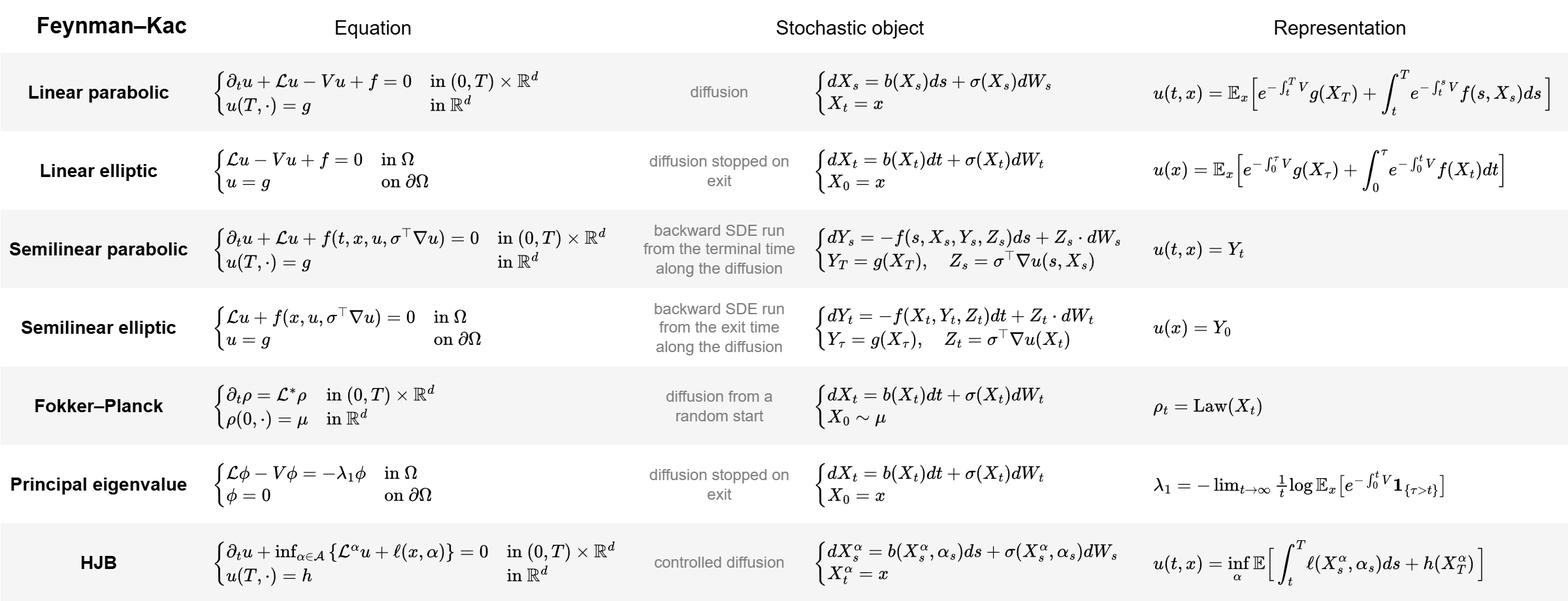
This is content/posts/feynman-kac/feynman_kac-feynman-kac.png from dani2442/dani2442.github.io, a draw.io export, as it was before one commit. Source tidied: cells renumbered, new cells last; positions are measured from the earlier drawing's top-left corner, leaving out a move shared by most shapes.
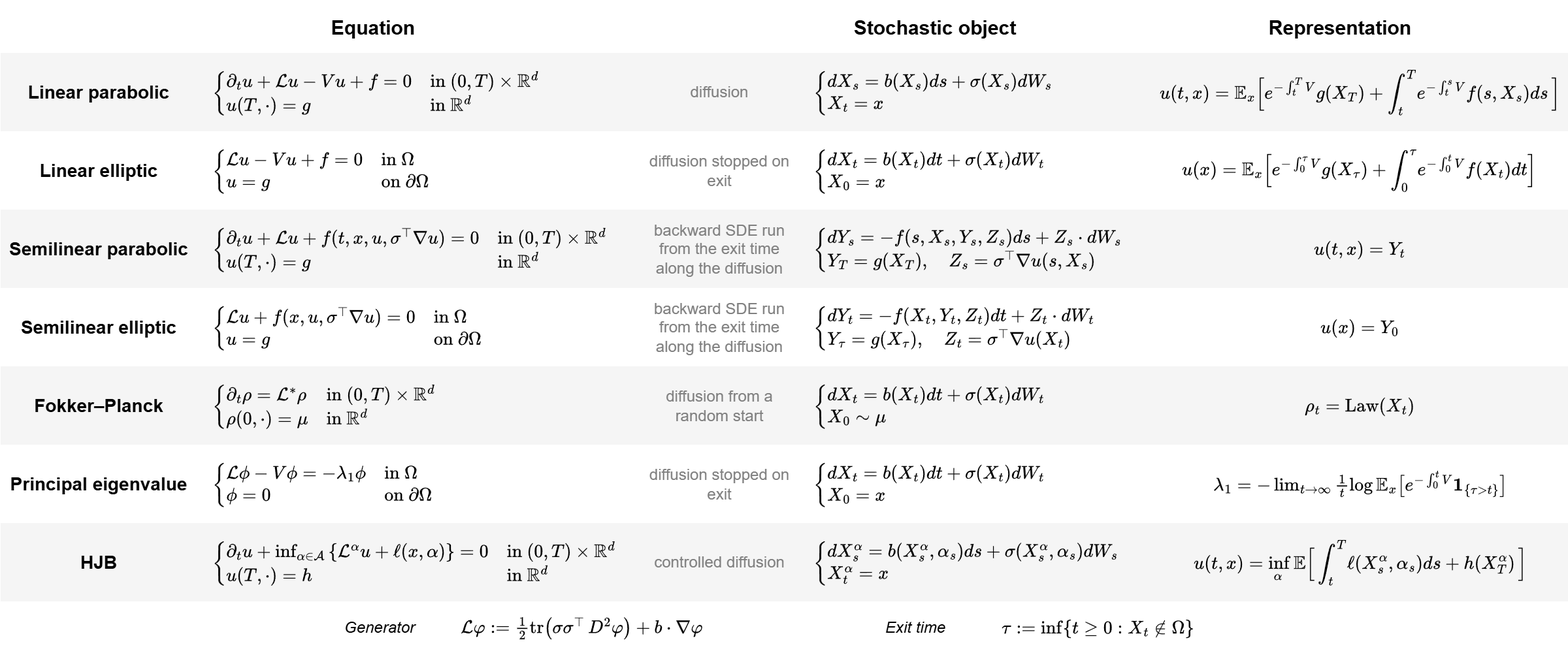
Above is the later version.

What changed in the source:
```diff
@@ -26,16 +26,16 @@
     <mxCell id="9" style="rounded=0;whiteSpace=wrap;html=1;fillColor=#f5f5f5;strokeColor=none;fontColor=#333333;" parent="1" vertex="1">
       <mxGeometry y="400" width="1200" height="60" as="geometry" />
     </mxCell>
-    <mxCell id="10" value="Feynman–Kac" style="text;html=1;align=center;verticalAlign=middle;whiteSpace=wrap;rounded=0;fontSize=17;fontStyle=1;" parent="1" vertex="1">
-      <mxGeometry width="170" height="40" as="geometry" />
+    <mxCell id="10" value="Feynman–Kac Theorem" style="text;html=1;align=center;verticalAlign=middle;whiteSpace=wrap;rounded=0;fontSize=30;fontStyle=1;" parent="1" vertex="1">
+      <mxGeometry x="150" y="-60" width="350" height="40" as="geometry" />
     </mxCell>
-    <mxCell id="11" value="Equation" style="text;html=1;align=center;verticalAlign=middle;whiteSpace=wrap;rounded=0;fontSize=15;" parent="1" vertex="1">
+    <mxCell id="11" value="Equation" style="text;html=1;align=center;verticalAlign=middle;whiteSpace=wrap;rounded=0;fontSize=15;fontStyle=1;" parent="1" vertex="1">
       <mxGeometry x="170" width="230" height="40" as="geometry" />
     </mxCell>
-    <mxCell id="12" value="Stochastic object" style="text;html=1;align=center;verticalAlign=middle;whiteSpace=wrap;rounded=0;fontSize=15;" parent="1" vertex="1">
-      <mxGeometry x="510" width="280" height="40" as="geometry" />
+    <mxCell id="12" value="Stochastic object" style="text;html=1;align=center;verticalAlign=middle;whiteSpace=wrap;rounded=0;fontSize=15;fontStyle=1;" parent="1" vertex="1">
+      <mxGeometry x="640" width="150" height="40" as="geometry" />
     </mxCell>
-    <mxCell id="13" value="Representation" style="text;html=1;align=center;verticalAlign=middle;whiteSpace=wrap;rounded=0;fontSize=15;" parent="1" vertex="1">
+    <mxCell id="13" value="Representation" style="text;html=1;align=center;verticalAlign=middle;whiteSpace=wrap;rounded=0;fontSize=15;fontStyle=1;" parent="1" vertex="1">
       <mxGeometry x="870" width="310" height="40" as="geometry" />
     </mxCell>
     <mxCell id="14" value="&lt;b&gt;Linear parabolic&lt;/b&gt;" style="text;html=1;align=center;verticalAlign=middle;whiteSpace=wrap;rounded=0;fontSize=14;" parent="1" vertex="1">
@@ -50,8 +50,8 @@
     <mxCell id="17" value="\( \begin{cases}dX_s=b(X_s)ds+\sigma(X_s)dW_s\\ X_t=x\end{cases} \)" style="text;html=1;align=left;verticalAlign=middle;whiteSpace=wrap;rounded=0;fontSize=12;" parent="1" vertex="1">
       <mxGeometry x="620" y="40" width="230" height="60" as="geometry" />
     </mxCell>
-    <mxCell id="18" value="\( \begin{aligned}u(t,x)=\mathbb E_x\Big[&amp;amp;e^{-\int_t^T V}g(X_T)+\int_t^T\! e^{-\int_t^s V}f(s,X_s)ds\,\Big]\end{aligned} \)" style="text;html=1;align=left;verticalAlign=middle;whiteSpace=wrap;rounded=0;fontSize=12;" parent="1" vertex="1">
-      <mxGeometry x="880" y="40" width="310" height="60" as="geometry" />
+    <mxCell id="18" value="\( \begin{aligned}u(t,x)=\mathbb E_x\Big[&amp;amp;e^{-\int_t^T V}g(X_T)+\int_t^T\! e^{-\int_t^s V}f(s,X_s)ds\,\Big]\end{aligned} \)" style="text;html=1;align=center;verticalAlign=middle;whiteSpace=wrap;rounded=0;fontSize=12;" parent="1" vertex="1">
+      <mxGeometry x="880" y="40" width="320" height="60" as="geometry" />
     </mxCell>
     <mxCell id="19" value="&lt;b&gt;Linear elliptic&lt;/b&gt;" style="text;html=1;align=center;verticalAlign=middle;whiteSpace=wrap;rounded=0;fontSize=14;" parent="1" vertex="1">
       <mxGeometry y="100" width="150" height="60" as="geometry" />
@@ -65,8 +65,8 @@
     <mxCell id="22" value="\( \begin{cases}dX_t=b(X_t)dt+\sigma(X_t)dW_t\\ X_0=x\end{cases} \)" style="text;html=1;align=left;verticalAlign=middle;whiteSpace=wrap;rounded=0;fontSize=12;" parent="1" vertex="1">
       <mxGeometry x="620" y="100" width="220" height="60" as="geometry" />
     </mxCell>
-    <mxCell id="23" value="\( \begin{aligned}u(x)=\mathbb E_x\Big[&amp;amp;e^{-\int_0^\tau V}g(X_\tau)+\int_0^\tau\! e^{-\int_0^t V}f(X_t)dt\Big]\end{aligned} \)" style="text;html=1;align=left;verticalAlign=middle;whiteSpace=wrap;rounded=0;fontSize=12;" parent="1" vertex="1">
-      <mxGeometry x="880" y="100" width="310" height="60" as="geometry" />
+    <mxCell id="23" value="\( \begin{aligned}u(x)=\mathbb E_x\Big[&amp;amp;e^{-\int_0^\tau V}g(X_\tau)+\int_0^\tau\! e^{-\int_0^t V}f(X_t)dt\Big]\end{aligned} \)" style="text;html=1;align=center;verticalAlign=middle;whiteSpace=wrap;rounded=0;fontSize=12;" parent="1" vertex="1">
+      <mxGeometry x="880" y="100" width="320" height="60" as="geometry" />
     </mxCell>
     <mxCell id="24" value="&lt;b&gt;Semilinear parabolic&lt;/b&gt;" style="text;html=1;align=center;verticalAlign=middle;whiteSpace=wrap;rounded=0;fontSize=14;" parent="1" vertex="1">
       <mxGeometry y="160" width="150" height="60" as="geometry" />
@@ -74,14 +74,14 @@
     <mxCell id="25" value="\( \begin{cases}\partial_t u + \mathcal L u + f(t,x,u,\sigma^\top\nabla u) = 0 &amp;amp; \text{in } (0,T)\times\mathbb R^d\\ u(T,\cdot)=g &amp;amp; \text{in } \mathbb R^d\end{cases} \)" style="text;html=1;align=left;verticalAlign=middle;whiteSpace=wrap;rounded=0;fontSize=12;" parent="1" vertex="1">
       <mxGeometry x="160" y="160" width="320" height="60" as="geometry" />
     </mxCell>
-    <mxCell id="26" value="backward SDE run from the terminal time along the diffusion" style="text;html=1;align=center;verticalAlign=middle;whiteSpace=wrap;rounded=0;fontSize=12;fontColor=#808080;" parent="1" vertex="1">
+    <mxCell id="26" value="backward SDE run from the exit time along the diffusion" style="text;html=1;align=center;verticalAlign=middle;whiteSpace=wrap;rounded=0;fontSize=12;fontColor=#808080;" parent="1" vertex="1">
       <mxGeometry x="490" y="160" width="120" height="60" as="geometry" />
     </mxCell>
     <mxCell id="27" value="\( \begin{cases}dY_s=-f(s,X_s,Y_s,Z_s)ds+Z_s\cdot dW_s\\ Y_T=g(X_T),\quad Z_s=\sigma^\top\nabla u(s,X_s)\end{cases} \)" style="text;html=1;align=left;verticalAlign=middle;whiteSpace=wrap;rounded=0;fontSize=12;" parent="1" vertex="1">
       <mxGeometry x="620" y="160" width="280" height="60" as="geometry" />
     </mxCell>
-    <mxCell id="28" value="\( u(t,x)=Y_t \)" style="text;html=1;align=left;verticalAlign=middle;whiteSpace=wrap;rounded=0;fontSize=12;" parent="1" vertex="1">
-      <mxGeometry x="880" y="160" width="310" height="60" as="geometry" />
+    <mxCell id="28" value="\( u(t,x)=Y_t \)" style="text;html=1;align=center;verticalAlign=middle;whiteSpace=wrap;rounded=0;fontSize=12;" parent="1" vertex="1">
+      <mxGeometry x="880" y="160" width="320" height="60" as="geometry" />
     </mxCell>
     <mxCell id="29" value="&lt;b&gt;Semilinear elliptic&lt;/b&gt;" style="text;html=1;align=center;verticalAlign=middle;whiteSpace=wrap;rounded=0;fontSize=14;" parent="1" vertex="1">
       <mxGeometry y="220" width="150" height="60" as="geometry" />
@@ -95,8 +95,8 @@
     <mxCell id="32" value="\( \begin{cases}dY_t=-f(X_t,Y_t,Z_t)dt+Z_t\cdot dW_t\\ Y_\tau=g(X_\tau),\quad Z_t=\sigma^\top\nabla u(X_t)\end{cases} \)" style="text;html=1;align=left;verticalAlign=middle;whiteSpace=wrap;rounded=0;fontSize=12;" parent="1" vertex="1">
       <mxGeometry x="620" y="220" width="260" height="60" as="geometry" />
     </mxCell>
-    <mxCell id="33" value="\( u(x)=Y_0 \)" style="text;html=1;align=left;verticalAlign=middle;whiteSpace=wrap;rounded=0;fontSize=12;" parent="1" vertex="1">
-      <mxGeometry x="880" y="220" width="300" height="60" as="geometry" />
+    <mxCell id="33" value="\( u(x)=Y_0 \)" style="text;html=1;align=center;verticalAlign=middle;whiteSpace=wrap;rounded=0;fontSize=12;" parent="1" vertex="1">
+      <mxGeometry x="880" y="220" width="320" height="60" as="geometry" />
     </mxCell>
     <mxCell id="34" value="&lt;b&gt;Fokker–Planck&lt;/b&gt;" style="text;html=1;align=center;verticalAlign=middle;whiteSpace=wrap;rounded=0;fontSize=14;" parent="1" vertex="1">
       <mxGeometry y="280" width="150" height="60" as="geometry" />
@@ -110,8 +110,8 @@
     <mxCell id="37" value="\( \begin{cases}dX_t=b(X_t)dt+\sigma(X_t)dW_t\\ X_0\sim\mu\end{cases} \)" style="text;html=1;align=left;verticalAlign=middle;whiteSpace=wrap;rounded=0;fontSize=12;" parent="1" vertex="1">
       <mxGeometry x="620" y="280" width="230" height="60" as="geometry" />
     </mxCell>
-    <mxCell id="38" value="\( \rho_t=\mathrm{Law}(X_t) \)" style="text;html=1;align=left;verticalAlign=middle;whiteSpace=wrap;rounded=0;fontSize=12;" parent="1" vertex="1">
-      <mxGeometry x="880" y="280" width="300" height="60" as="geometry" />
+    <mxCell id="38" value="\( \rho_t=\mathrm{Law}(X_t) \)" style="text;html=1;align=center;verticalAlign=middle;whiteSpace=wrap;rounded=0;fontSize=12;" parent="1" vertex="1">
+      <mxGeometry x="880" y="280" width="320" height="60" as="geometry" />
     </mxCell>
     <mxCell id="39" value="&lt;b&gt;Principal eigenvalue&lt;/b&gt;" style="text;html=1;align=center;verticalAlign=middle;whiteSpace=wrap;rounded=0;fontSize=14;" parent="1" vertex="1">
       <mxGeometry y="340" width="150" height="60" as="geometry" />
@@ -125,8 +125,8 @@
     <mxCell id="42" value="\( \begin{cases}dX_t=b(X_t)dt+\sigma(X_t)dW_t\\ X_0=x\end{cases} \)" style="text;html=1;align=left;verticalAlign=middle;whiteSpace=wrap;rounded=0;fontSize=12;" parent="1" vertex="1">
       <mxGeometry x="620" y="340" width="230" height="60" as="geometry" />
     </mxCell>
-    <mxCell id="43" value="\( \lambda_1=-\lim_{t\to\infty}\tfrac1t\log\mathbb E_x\big[e^{-\int_0^t V}\mathbf 1_{\{\tau&amp;gt;t\}}\big] \)" style="text;html=1;align=left;verticalAlign=middle;whiteSpace=wrap;rounded=0;fontSize=12;" parent="1" vertex="1">
-      <mxGeometry x="880" y="340" width="310" height="60" as="geometry" />
+    <mxCell id="43" value="\( \lambda_1=-\lim_{t\to\infty}\tfrac1t\log\mathbb E_x\big[e^{-\int_0^t V}\mathbf 1_{\{\tau&amp;gt;t\}}\big] \)" style="text;html=1;align=center;verticalAlign=middle;whiteSpace=wrap;rounded=0;fontSize=12;" parent="1" vertex="1">
+      <mxGeometry x="880" y="340" width="320" height="60" as="geometry" />
     </mxCell>
     <mxCell id="44" value="&lt;b&gt;HJB&lt;/b&gt;" style="text;html=1;align=center;verticalAlign=middle;whiteSpace=wrap;rounded=0;fontSize=14;" parent="1" vertex="1">
       <mxGeometry y="400" width="150" height="60" as="geometry" />
@@ -140,8 +140,20 @@
     <mxCell id="47" value="\( \begin{cases}dX^\alpha_s=b(X^\alpha_s,\alpha_s)ds+\sigma(X^\alpha_s,\alpha_s)dW_s\\ X^\alpha_t=x\end{cases} \)" style="text;html=1;align=left;verticalAlign=middle;whiteSpace=wrap;rounded=0;fontSize=12;" parent="1" vertex="1">
       <mxGeometry x="620" y="400" width="290" height="60" as="geometry" />
     </mxCell>
-    <mxCell id="48" value="\( \begin{aligned}u(t,x)=\inf_{\alpha}\mathbb E\Big[&amp;amp;\int_t^T\! \ell(X^\alpha_s,\alpha_s)ds+h(X^\alpha_T)\,\Big]\end{aligned} \)" style="text;html=1;align=left;verticalAlign=middle;whiteSpace=wrap;rounded=0;fontSize=12;" parent="1" vertex="1">
-      <mxGeometry x="880" y="400" width="290" height="60" as="geometry" />
+    <mxCell id="48" value="\( \begin{aligned}u(t,x)=\inf_{\alpha}\mathbb E\Big[&amp;amp;\int_t^T\! \ell(X^\alpha_s,\alpha_s)ds+h(X^\alpha_T)\,\Big]\end{aligned} \)" style="text;html=1;align=center;verticalAlign=middle;whiteSpace=wrap;rounded=0;fontSize=12;" parent="1" vertex="1">
+      <mxGeometry x="880" y="400" width="320" height="60" as="geometry" />
     </mxCell>
+    <mxCell id="49" value="\(&amp;nbsp;\mathcal{L}\varphi:=\tfrac12\operatorname{tr}\!\big(\sigma\sigma^\top\,D^2\varphi\big)+b\cdot\nabla\varphi \)" style="text;html=1;align=center;verticalAlign=middle;whiteSpace=wrap;rounded=0;spacing=4;" parent="1" vertex="1">
+      <mxGeometry x="945" y="-60" width="230" height="20" as="geometry" />
+    </mxCell>
+    <mxCell id="50" value="\(&amp;nbsp;\tau := \inf \{t\geq 0: X_t \not\in&amp;nbsp; \Omega\} \)" style="text;html=1;align=center;verticalAlign=middle;whiteSpace=wrap;rounded=0;" parent="1" vertex="1">
+      <mxGeometry x="955" y="-30" width="200" height="20" as="geometry" />
+    </mxCell>
+    <mxCell id="51" value="Generator" style="text;html=1;align=center;verticalAlign=middle;whiteSpace=wrap;rounded=0;fontStyle=2;" parent="1" vertex="1">
+      <mxGeometry x="875" y="-60" width="60" height="20" as="geometry" />
+    </mxCell>
+    <mxCell id="52" value="Exit time" style="text;html=1;align=center;verticalAlign=middle;whiteSpace=wrap;rounded=0;fontStyle=2;" parent="1" vertex="1">
+      <mxGeometry x="875" y="-30" width="60" height="20" as="geometry" />
+    </mxCell>
   </root>
 </mxGraphModel>
```
